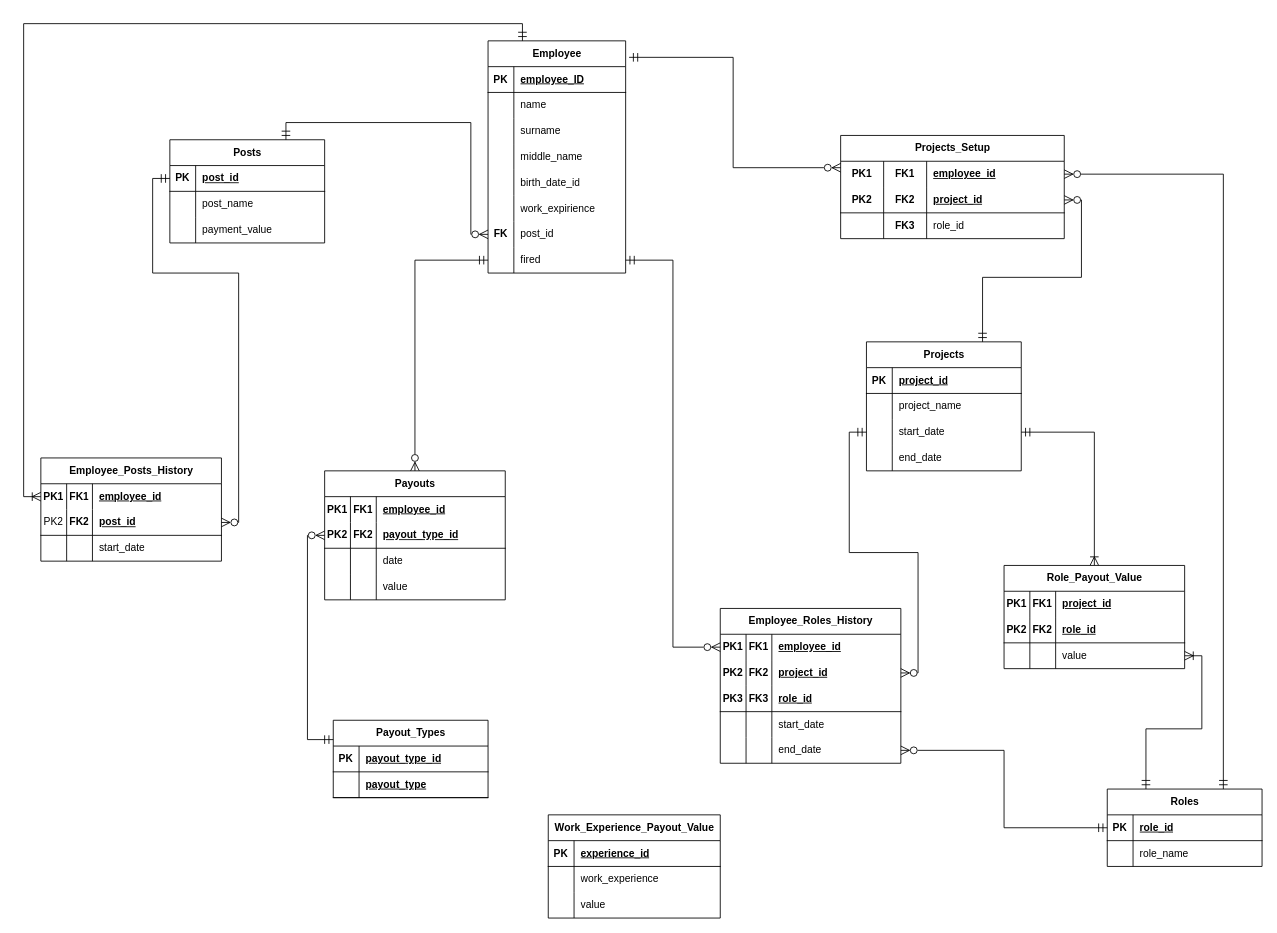
Above: SalarySatementDBScheme.drawio in yaroslav070705/SalaryStatement_JAVA_WEB (draw.io), before the change. Source tidied: cells renumbered, new cells numbered last; positions are measured from the earlier drawing's top-left corner, leaving out a move shared by most shapes. Both pictures are drawn from the tidied source at 86%, with x=0, y=0 at pixel (23, 23).
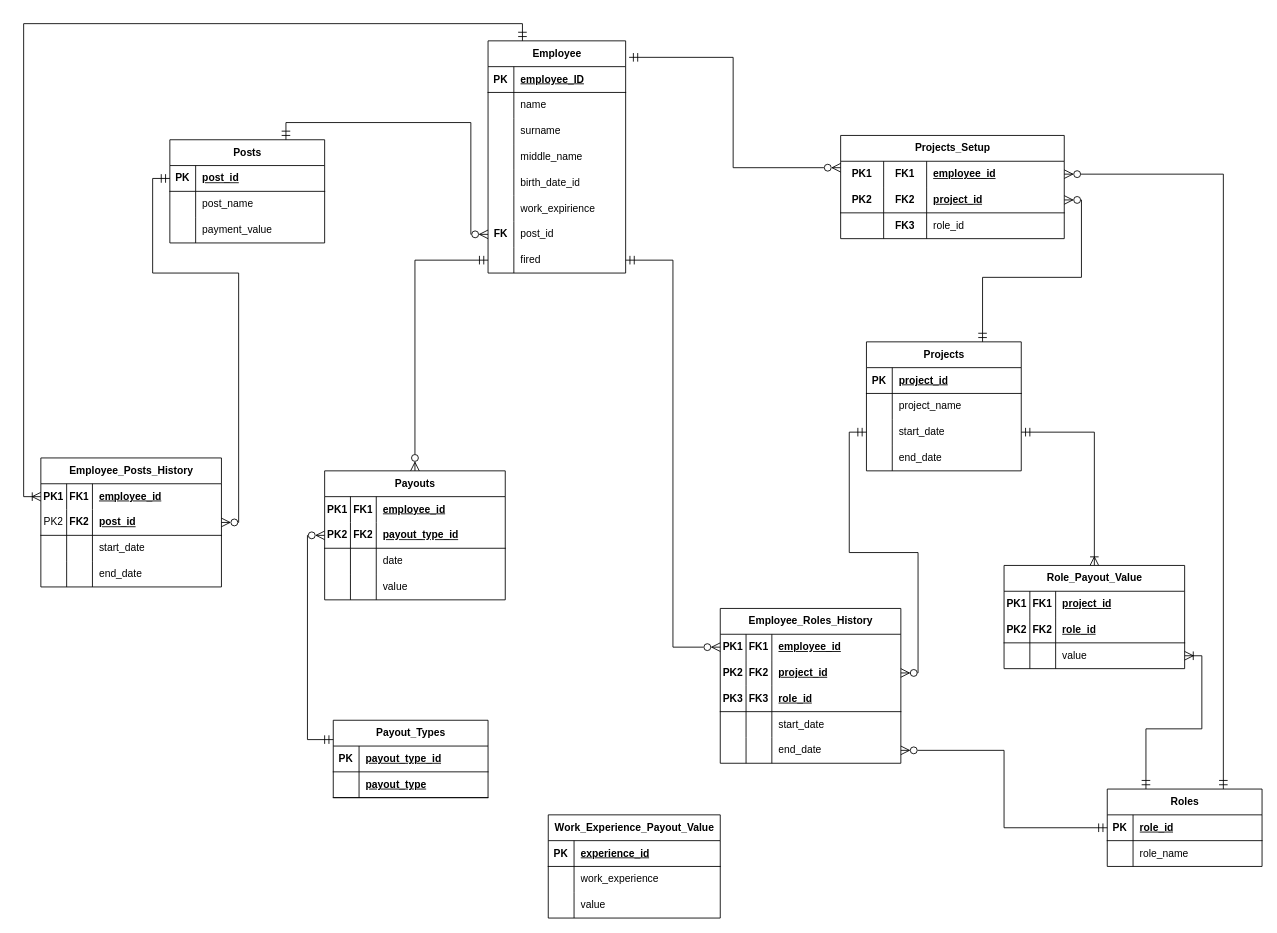
Above is the later version.

Commit message (it also covers changes not shown here):
added end_date field to post hstory

Diff of the diagram source:
```diff
@@
     <mxCell id="75" value="Employee_Posts_History" style="shape=table;startSize=30;childLayout=tableLayout;rowLines=0;fontStyle=1;align=center;html=1;" parent="1" vertex="1">
-      <mxGeometry x="20" y="505" width="210" height="120" as="geometry" />
+      <mxGeometry x="20" y="505" width="210" height="150" as="geometry" />
     </mxCell>
@@
+    <mxCell id="164" style="shape=tableRow;horizontal=0;startSize=0;swimlaneHead=0;swimlaneBody=0;fillColor=none;top=0;left=0;right=0;bottom=0;" parent="75" vertex="1">
+      <mxGeometry y="120" width="210" height="30" as="geometry" />
+    </mxCell>
+    <mxCell id="165" style="shape=partialRectangle;fillColor=none;top=0;left=0;bottom=0;right=0;overflow=hidden;whiteSpace=wrap;html=1;" parent="164" vertex="1">
+      <mxGeometry width="30" height="30" as="geometry" />
+    </mxCell>
+    <mxCell id="166" style="shape=partialRectangle;fillColor=none;top=0;left=0;bottom=0;right=0;overflow=hidden;whiteSpace=wrap;html=1;" parent="164" vertex="1">
+      <mxGeometry x="30" width="30" height="30" as="geometry" />
+    </mxCell>
+    <mxCell id="167" value="end_date" style="shape=partialRectangle;fillColor=none;top=0;left=0;bottom=0;right=0;align=left;spacingLeft=6;overflow=hidden;whiteSpace=wrap;html=1;" parent="164" vertex="1">
+      <mxGeometry x="60" width="150" height="30" as="geometry" />
+    </mxCell>
```
